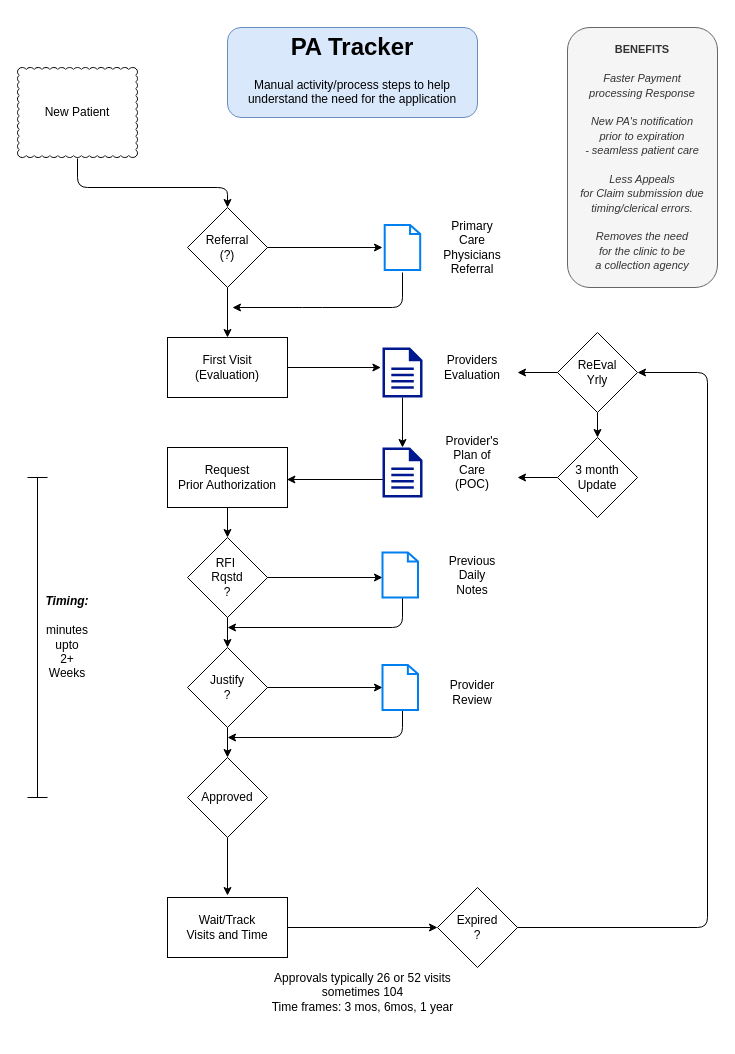
This is public/Untitled Diagram.drawio from cashmy/pa_tracker, a draw.io file, before an edit. Source tidied: cells renumbered, new cells numbered last; positions are measured from the earlier drawing's top-left corner, leaving out a move shared by most shapes. Both pictures are drawn from the tidied source at 100%, with x=0, y=0 at pixel (17, 27).
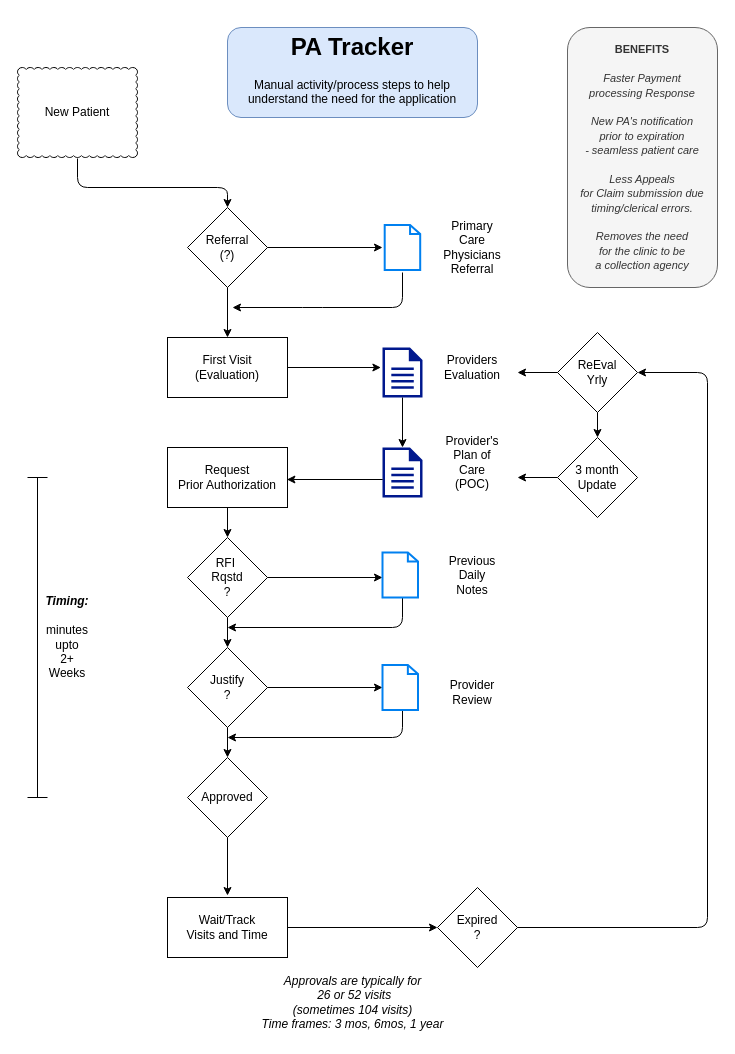
The same diagram, later.

The edit, as a diff of the source:
```diff
@@
-    <mxCell id="45" value="Approvals typically 26 or 52 visits&lt;br&gt;sometimes 104&lt;br&gt;Time frames: 3 mos, 6mos, 1 year" style="text;html=1;strokeColor=none;fillColor=none;align=center;verticalAlign=middle;whiteSpace=wrap;rounded=0;" parent="1" vertex="1">
-      <mxGeometry x="238" y="940" width="215" height="50" as="geometry" />
+    <mxCell id="45" value="&lt;i&gt;Approvals are typically for&lt;br&gt;&amp;nbsp;26 or 52 visits&lt;br&gt;(sometimes 104 visits)&lt;br&gt;Time frames: 3 mos, 6mos, 1 year&lt;/i&gt;" style="text;html=1;strokeColor=none;fillColor=none;align=center;verticalAlign=middle;whiteSpace=wrap;rounded=0;" parent="1" vertex="1">
+      <mxGeometry x="227.5" y="940" width="215" height="70" as="geometry" />
     </mxCell>
```
